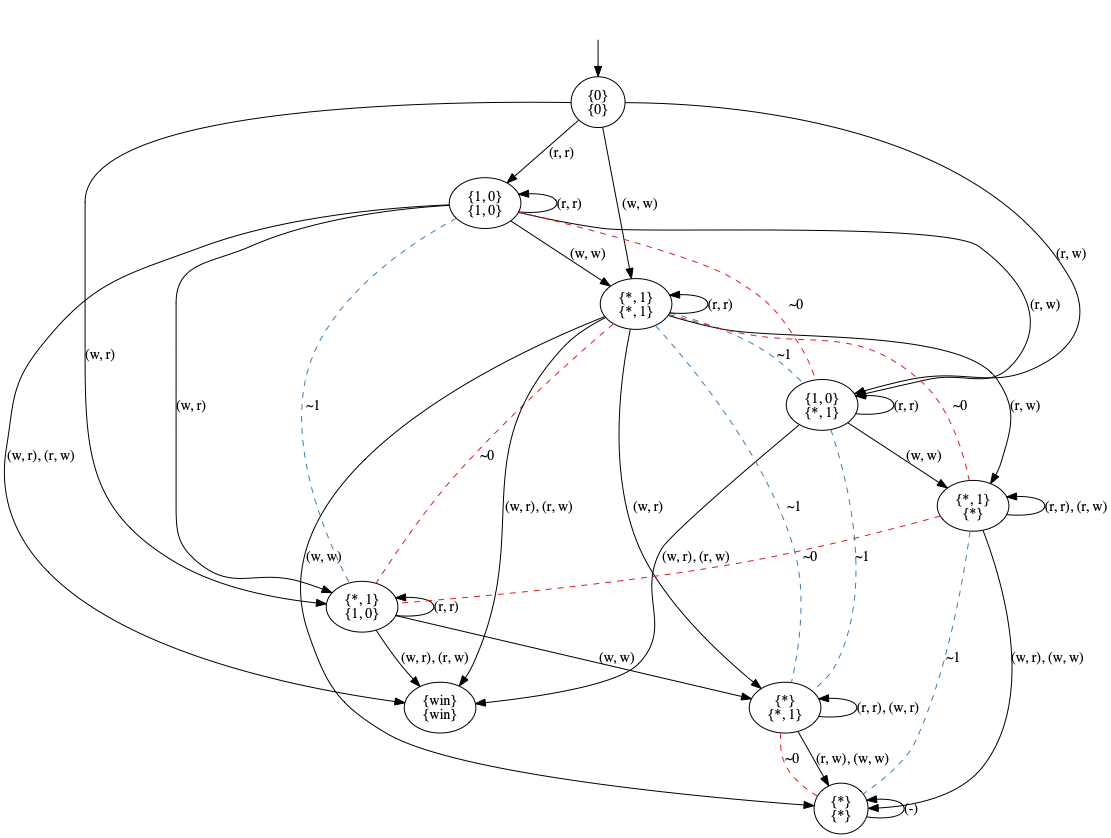
Above: pictures/GK.png in olandr/mkbsc (Graphviz), before the change. Its source is kept beside it as pictures/GK.dot.
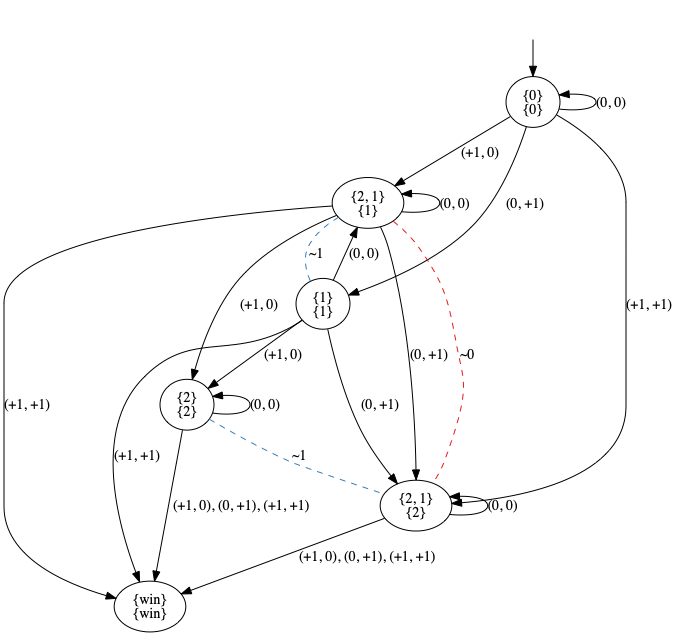
Later version of the same file.

What changed in the source:
```diff
@@ -3,50 +3,31 @@
 nodesep=0.5;
 ranksep=0.5;
 splines=True;
-4577094848 [label="{0}\n{0}"];
-4577095296 [label="{1, 0}\n{1, 0}"];
-4577095128 [label="{*, 1}\n{1, 0}"];
-4577095240 [label="{1, 0}\n{*, 1}"];
-4577094792 [label="{*, 1}\n{*, 1}"];
-4577095352 [label="{win}\n{win}"];
-4577026792 [label="{*}\n{*, 1}"];
-4577027072 [label="{*, 1}\n{*}"];
-4577027464 [label="{*}\n{*}"];
+4477224832 [label="{0}\n{0}"];
+4477206144 [label="{2, 1}\n{1}"];
+4477133208 [label="{1}\n{1}"];
+4477133152 [label="{2, 1}\n{2}"];
+4477132872 [label="{2}\n{2}"];
+4477123104 [label="{win}\n{win}"];
 hidden [label="", shape=none];
-4577094848 -> 4577095296  [action="('r', 'r')", key="('r', 'r')", label="(r, r)"];
-4577094848 -> 4577095128  [action="('w', 'r')", key="('w', 'r')", label="(w, r)"];
-4577094848 -> 4577095240  [action="('r', 'w')", key="('r', 'w')", label="(r, w)"];
-4577094848 -> 4577094792  [action="('w', 'w')", key="('w', 'w')", label="(w, w)"];
-4577095296 -> 4577095296  [action="('r', 'r')", dir=back, key="('r', 'r')", label="(r, r)"];
-4577095296 -> 4577095128  [action="('w', 'r')", key="('w', 'r')", label="(w, r)"];
-4577095296 -> 4577095128  [arrowhead=none, color=2, colorscheme=set19, constraint=True, key=1, label="~1", style=dashed];
-4577095296 -> 4577095240  [action="('r', 'w')", key="('r', 'w')", label="(r, w)"];
-4577095296 -> 4577095240  [arrowhead=none, color=1, colorscheme=set19, constraint=True, key=1, label="~0", style=dashed];
-4577095296 -> 4577094792  [action="('w', 'w')", key="('w', 'w')", label="(w, w)"];
-4577095296 -> 4577095352  [action="(('w', 'r'), ('r', 'w'))", key="(('w', 'r'), ('r', 'w'))", label="(w, r), (r, w)"];
-4577095128 -> 4577095128  [action="('r', 'r')", dir=back, key="('r', 'r')", label="(r, r)"];
-4577095128 -> 4577026792  [action="('w', 'w')", key="('w', 'w')", label="(w, w)"];
-4577095128 -> 4577095352  [action="(('w', 'r'), ('r', 'w'))", key="(('w', 'r'), ('r', 'w'))", label="(w, r), (r, w)"];
-4577095240 -> 4577095240  [action="('r', 'r')", dir=back, key="('r', 'r')", label="(r, r)"];
-4577095240 -> 4577027072  [action="('w', 'w')", key="('w', 'w')", label="(w, w)"];
-4577095240 -> 4577095352  [action="(('w', 'r'), ('r', 'w'))", key="(('w', 'r'), ('r', 'w'))", label="(w, r), (r, w)"];
-4577095240 -> 4577026792  [arrowhead=none, color=2, colorscheme=set19, constraint=True, key=0, label="~1", style=dashed];
-4577094792 -> 4577094792  [action="('r', 'r')", dir=back, key="('r', 'r')", label="(r, r)"];
-4577094792 -> 4577026792  [action="('w', 'r')", key="('w', 'r')", label="(w, r)"];
-4577094792 -> 4577026792  [arrowhead=none, color=2, colorscheme=set19, constraint=True, key=1, label="~1", style=dashed];
-4577094792 -> 4577027072  [action="('r', 'w')", key="('r', 'w')", label="(r, w)"];
-4577094792 -> 4577027072  [arrowhead=none, color=1, colorscheme=set19, constraint=True, key=1, label="~0", style=dashed];
-4577094792 -> 4577027464  [action="('w', 'w')", key="('w', 'w')", label="(w, w)"];
-4577094792 -> 4577095352  [action="(('w', 'r'), ('r', 'w'))", key="(('w', 'r'), ('r', 'w'))", label="(w, r), (r, w)"];
-4577094792 -> 4577095128  [arrowhead=none, color=1, colorscheme=set19, constraint=True, key=0, label="~0", style=dashed];
-4577094792 -> 4577095240  [arrowhead=none, color=2, colorscheme=set19, constraint=True, key=0, label="~1", style=dashed];
-4577026792 -> 4577026792  [action="(('r', 'r'), ('w', 'r'))", dir=back, key="(('r', 'r'), ('w', 'r'))", label="(r, r), (w, r)"];
-4577026792 -> 4577027464  [action="(('r', 'w'), ('w', 'w'))", key="(('r', 'w'), ('w', 'w'))", label="(r, w), (w, w)"];
-4577027072 -> 4577027072  [action="(('r', 'r'), ('r', 'w'))", dir=back, key="(('r', 'r'), ('r', 'w'))", label="(r, r), (r, w)"];
-4577027072 -> 4577027464  [action="(('w', 'r'), ('w', 'w'))", key="(('w', 'r'), ('w', 'w'))", label="(w, r), (w, w)"];
-4577027072 -> 4577027464  [arrowhead=none, color=2, colorscheme=set19, constraint=True, key=1, label="~1", style=dashed];
-4577027072 -> 4577095128  [arrowhead=none, color=1, colorscheme=set19, constraint=True, key=0, label="~0", style=dashed];
-4577027464 -> 4577027464  [action="(('r', 'r'), ('w', 'r'), ('r', 'w'), ('w', 'w'))", dir=back, key="(('r', 'r'), ('w', 'r'), ('r', 'w'), ('w', 'w'))", label="(-)"];
-4577027464 -> 4577026792  [arrowhead=none, color=1, colorscheme=set19, constraint=True, key=0, label="~0", style=dashed];
-hidden -> 4577094848  [key=0];
+4477224832 -> 4477224832  [action="('0', '0')", dir=back, key="('0', '0')", label="(0, 0)"];
+4477224832 -> 4477206144  [action="('+1', '0')", key="('+1', '0')", label="(+1, 0)"];
+4477224832 -> 4477133208  [action="('0', '+1')", key="('0', '+1')", label="(0, +1)"];
+4477224832 -> 4477133152  [action="('+1', '+1')", key="('+1', '+1')", label="(+1, +1)"];
+4477206144 -> 4477206144  [action="('0', '0')", dir=back, key="('0', '0')", label="(0, 0)"];
+4477206144 -> 4477132872  [action="('+1', '0')", key="('+1', '0')", label="(+1, 0)"];
+4477206144 -> 4477133152  [action="('0', '+1')", key="('0', '+1')", label="(0, +1)"];
+4477206144 -> 4477133152  [arrowhead=none, color=1, colorscheme=set19, constraint=True, key=1, label="~0", style=dashed];
+4477206144 -> 4477123104  [action="('+1', '+1')", key="('+1', '+1')", label="(+1, +1)"];
+4477206144 -> 4477133208  [arrowhead=none, color=2, colorscheme=set19, constraint=True, key=0, label="~1", style=dashed];
+4477133208 -> 4477206144  [action="('0', '0')", key="('0', '0')", label="(0, 0)"];
+4477133208 -> 4477132872  [action="('+1', '0')", key="('+1', '0')", label="(+1, 0)"];
+4477133208 -> 4477133152  [action="('0', '+1')", key="('0', '+1')", label="(0, +1)"];
+4477133208 -> 4477123104  [action="('+1', '+1')", key="('+1', '+1')", label="(+1, +1)"];
+4477133152 -> 4477133152  [action="('0', '0')", dir=back, key="('0', '0')", label="(0, 0)"];
+4477133152 -> 4477123104  [action="(('+1', '0'), ('0', '+1'), ('+1', '+1'))", key="(('+1', '0'), ('0', '+1'), ('+1', '+1'))", label="(+1, 0), (0, +1), (+1, +1)"];
+4477132872 -> 4477132872  [action="('0', '0')", dir=back, key="('0', '0')", label="(0, 0)"];
+4477132872 -> 4477123104  [action="(('+1', '0'), ('0', '+1'), ('+1', '+1'))", key="(('+1', '0'), ('0', '+1'), ('+1', '+1'))", label="(+1, 0), (0, +1), (+1, +1)"];
+4477132872 -> 4477133152  [arrowhead=none, color=2, colorscheme=set19, constraint=True, key=0, label="~1", style=dashed];
+hidden -> 4477224832  [key=0];
 }
```
